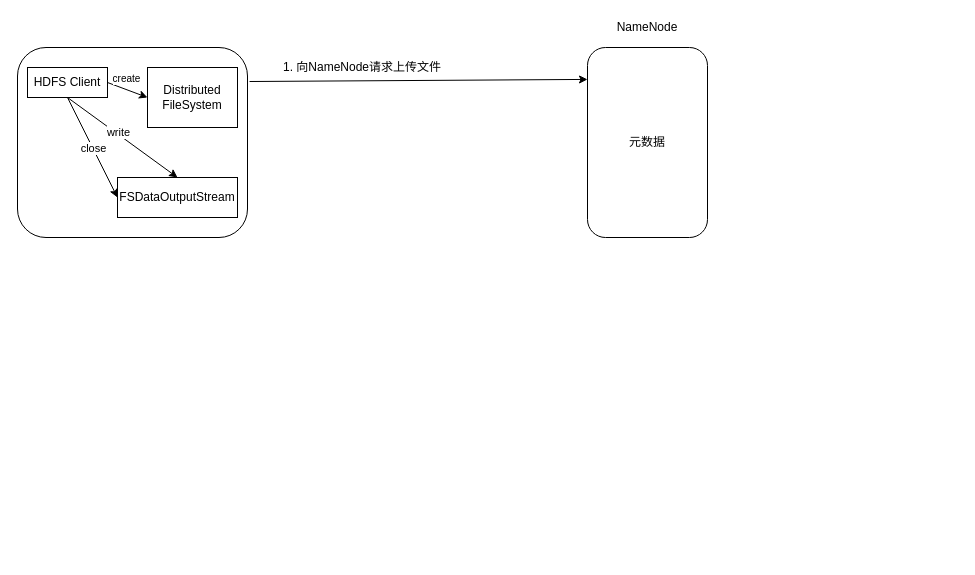
Before: HDFS_write.drawio in zhangyuanyin/bigdata_chars, a draw.io diagram. Source tidied: cells renumbered, new cells numbered last; positions are measured from the earlier drawing's top-left corner, leaving out a move shared by most shapes. Both pictures are drawn from the tidied source at 100%, with x=0, y=0 at pixel (17, 17).
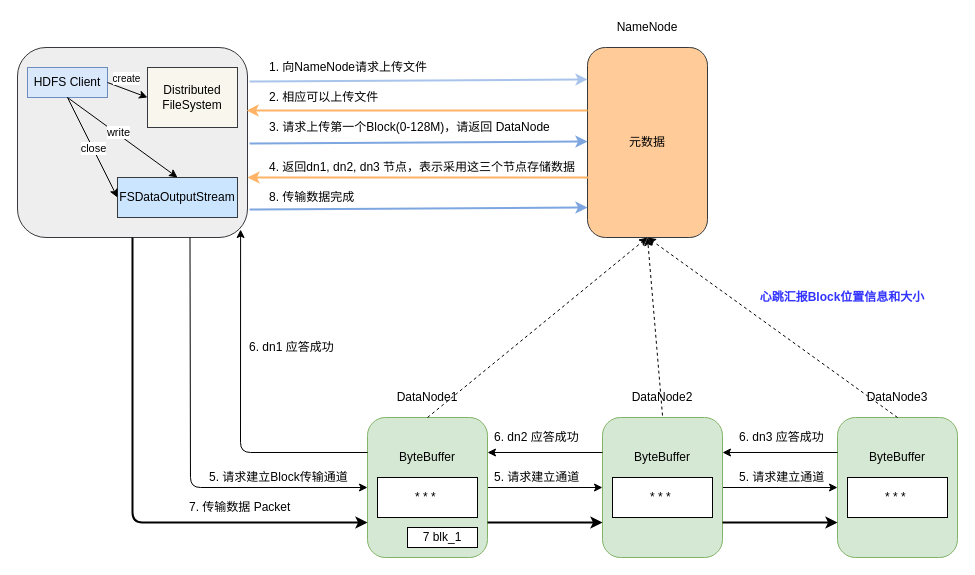
Above is the later version.

What changed in the source:
```diff
@@
-    <mxCell id="2" style="rounded=1;whiteSpace=wrap;html=1;" parent="1" vertex="1">
+    <mxCell id="2" style="rounded=1;whiteSpace=wrap;html=1;fillColor=#eeeeee;strokeColor=#36393d;" parent="1" vertex="1">
       <mxGeometry y="30" width="230" height="190" as="geometry" />
     </mxCell>
-    <mxCell id="3" value="HDFS Client" style="rounded=0;whiteSpace=wrap;html=1;" parent="1" vertex="1">
+    <mxCell id="3" value="HDFS Client" style="rounded=0;whiteSpace=wrap;html=1;fillColor=#dae8fc;strokeColor=#6c8ebf;" parent="1" vertex="1">
       <mxGeometry x="10" y="50" width="80" height="30" as="geometry" />
     </mxCell>
-    <mxCell id="4" value="Distributed FileSystem" style="rounded=0;whiteSpace=wrap;html=1;" parent="1" vertex="1">
+    <mxCell id="4" value="Distributed FileSystem" style="rounded=0;whiteSpace=wrap;html=1;fillColor=#f9f7ed;strokeColor=#36393d;" parent="1" vertex="1">
       <mxGeometry x="130" y="50" width="90" height="60" as="geometry" />
     </mxCell>
-    <mxCell id="5" value="FSDataOutputStream" style="rounded=0;whiteSpace=wrap;html=1;" parent="1" vertex="1">
+    <mxCell id="5" value="FSDataOutputStream" style="rounded=0;whiteSpace=wrap;html=1;fillColor=#cce5ff;strokeColor=#36393d;" parent="1" vertex="1">
       <mxGeometry x="100" y="160" width="120" height="40" as="geometry" />
     </mxCell>
@@
-    <mxCell id="12" value="元数据" style="rounded=1;whiteSpace=wrap;html=1;" parent="1" vertex="1">
+    <mxCell id="12" value="元数据" style="rounded=1;whiteSpace=wrap;html=1;fillColor=#ffcc99;strokeColor=#36393d;" parent="1" vertex="1">
       <mxGeometry x="570" y="30" width="120" height="190" as="geometry" />
     </mxCell>
@@
-    <mxCell id="14" style="endArrow=classic;html=1;exitX=1.009;exitY=0.179;exitDx=0;exitDy=0;exitPerimeter=0;entryX=0;entryY=0.168;entryDx=0;entryDy=0;entryPerimeter=0;" parent="1" edge="1" source="2" target="12">
+    <mxCell id="14" style="endArrow=classic;html=1;exitX=1.009;exitY=0.179;exitDx=0;exitDy=0;exitPerimeter=0;entryX=0;entryY=0.168;entryDx=0;entryDy=0;entryPerimeter=0;strokeColor=#A9C4EB;strokeWidth=2;" parent="1" edge="1" source="2" target="12">
       <mxGeometry relative="1" as="geometry" />
     </mxCell>
-    <mxCell id="15" value="1. 向NameNode请求上传文件" style="text;html=1;strokeColor=none;fillColor=none;align=center;verticalAlign=middle;whiteSpace=wrap;rounded=0;" parent="1" vertex="1">
-      <mxGeometry x="240" y="40" width="210" height="20" as="geometry" />
+    <mxCell id="15" value="1. 向NameNode请求上传文件" style="text;html=1;strokeColor=none;fillColor=none;align=left;verticalAlign=middle;whiteSpace=wrap;rounded=0;" parent="1" vertex="1">
+      <mxGeometry x="250" y="40" width="210" height="20" as="geometry" />
     </mxCell>
+    <mxCell id="16" style="endArrow=classic;html=1;exitX=0;exitY=0.332;exitDx=0;exitDy=0;exitPerimeter=0;entryX=0.996;entryY=0.332;entryDx=0;entryDy=0;entryPerimeter=0;strokeColor=#FFB366;strokeWidth=2;" parent="1" edge="1" source="12" target="2">
+      <mxGeometry relative="1" as="geometry" />
+    </mxCell>
+    <mxCell id="17" value="2. 相应可以上传文件" style="text;html=1;strokeColor=none;fillColor=none;align=left;verticalAlign=middle;whiteSpace=wrap;rounded=0;" parent="1" vertex="1">
+      <mxGeometry x="250" y="70" width="210" height="20" as="geometry" />
+    </mxCell>
+    <mxCell id="18" style="endArrow=classic;html=1;exitX=1.009;exitY=0.179;exitDx=0;exitDy=0;exitPerimeter=0;entryX=0;entryY=0.168;entryDx=0;entryDy=0;entryPerimeter=0;strokeColor=#7EA6E0;strokeWidth=2;" parent="1" edge="1">
+      <mxGeometry relative="1" as="geometry">
+        <mxPoint x="232.1" y="126" as="sourcePoint" />
+        <mxPoint x="570" y="124" as="targetPoint" />
+      </mxGeometry>
+    </mxCell>
+    <mxCell id="19" value="3. 请求上传第一个Block(0-128M)，请返回 DataNode" style="text;html=1;strokeColor=none;fillColor=none;align=left;verticalAlign=middle;whiteSpace=wrap;rounded=0;" parent="1" vertex="1">
+      <mxGeometry x="250" y="100" width="290" height="20" as="geometry" />
+    </mxCell>
+    <mxCell id="20" style="endArrow=classic;html=1;exitX=0;exitY=0.332;exitDx=0;exitDy=0;exitPerimeter=0;entryX=0.996;entryY=0.332;entryDx=0;entryDy=0;entryPerimeter=0;strokeColor=#FFB366;strokeWidth=2;" parent="1" edge="1">
+      <mxGeometry relative="1" as="geometry">
+        <mxPoint x="570.9" y="160" as="sourcePoint" />
+        <mxPoint x="230" y="160" as="targetPoint" />
+      </mxGeometry>
+    </mxCell>
+    <mxCell id="21" value="4. 返回dn1, dn2, dn3 节点，表示采用这三个节点存储数据" style="text;html=1;strokeColor=none;fillColor=none;align=left;verticalAlign=middle;whiteSpace=wrap;rounded=0;" parent="1" vertex="1">
+      <mxGeometry x="250" y="140" width="310" height="20" as="geometry" />
+    </mxCell>
+    <mxCell id="22" style="endArrow=classic;html=1;exitX=1.009;exitY=0.179;exitDx=0;exitDy=0;exitPerimeter=0;entryX=0;entryY=0.168;entryDx=0;entryDy=0;entryPerimeter=0;strokeColor=#7EA6E0;strokeWidth=2;" parent="1" edge="1">
+      <mxGeometry relative="1" as="geometry">
+        <mxPoint x="232.1" y="192.1" as="sourcePoint" />
+        <mxPoint x="570" y="190" as="targetPoint" />
+      </mxGeometry>
+    </mxCell>
+    <mxCell id="23" value="8. 传输数据完成" style="text;html=1;strokeColor=none;fillColor=none;align=left;verticalAlign=middle;whiteSpace=wrap;rounded=0;" parent="1" vertex="1">
+      <mxGeometry x="250" y="170" width="310" height="20" as="geometry" />
+    </mxCell>
+    <mxCell id="24" style="edgeStyle=orthogonalEdgeStyle;rounded=0;jettySize=auto;html=1;entryX=0;entryY=0.5;entryDx=0;entryDy=0;" parent="1" edge="1" source="25" target="30">
+      <mxGeometry relative="1" as="geometry" />
+    </mxCell>
+    <mxCell id="25" style="rounded=1;whiteSpace=wrap;html=1;fillColor=#d5e8d4;strokeColor=#82b366;" parent="1" vertex="1">
+      <mxGeometry x="350" y="400" width="120" height="140" as="geometry" />
+    </mxCell>
+    <mxCell id="26" value="ByteBuffer" style="text;html=1;strokeColor=none;fillColor=none;align=center;verticalAlign=middle;whiteSpace=wrap;rounded=0;" parent="1" vertex="1">
+      <mxGeometry x="390" y="430" width="40" height="20" as="geometry" />
+    </mxCell>
+    <mxCell id="27" value="* * *&amp;nbsp;" style="rounded=0;whiteSpace=wrap;html=1;" parent="1" vertex="1">
+      <mxGeometry x="360" y="460" width="100" height="40" as="geometry" />
+    </mxCell>
+    <mxCell id="28" value="DataNode1" style="text;html=1;strokeColor=none;fillColor=none;align=center;verticalAlign=middle;whiteSpace=wrap;rounded=0;" parent="1" vertex="1">
+      <mxGeometry x="390" y="370" width="40" height="20" as="geometry" />
+    </mxCell>
+    <mxCell id="29" style="edgeStyle=orthogonalEdgeStyle;rounded=0;jettySize=auto;html=1;" parent="1" edge="1" source="30" target="34">
+      <mxGeometry relative="1" as="geometry" />
+    </mxCell>
+    <mxCell id="30" style="rounded=1;whiteSpace=wrap;html=1;fillColor=#d5e8d4;strokeColor=#82b366;" parent="1" vertex="1">
+      <mxGeometry x="585" y="400" width="120" height="140" as="geometry" />
+    </mxCell>
+    <mxCell id="31" value="ByteBuffer" style="text;html=1;strokeColor=none;fillColor=none;align=center;verticalAlign=middle;whiteSpace=wrap;rounded=0;" parent="1" vertex="1">
+      <mxGeometry x="625" y="430" width="40" height="20" as="geometry" />
+    </mxCell>
+    <mxCell id="32" value="* * *&amp;nbsp;" style="rounded=0;whiteSpace=wrap;html=1;" parent="1" vertex="1">
+      <mxGeometry x="595" y="460" width="100" height="40" as="geometry" />
+    </mxCell>
+    <mxCell id="33" value="DataNode2" style="text;html=1;strokeColor=none;fillColor=none;align=center;verticalAlign=middle;whiteSpace=wrap;rounded=0;" parent="1" vertex="1">
+      <mxGeometry x="625" y="370" width="40" height="20" as="geometry" />
+    </mxCell>
+    <mxCell id="34" style="rounded=1;whiteSpace=wrap;html=1;fillColor=#d5e8d4;strokeColor=#82b366;" parent="1" vertex="1">
+      <mxGeometry x="820" y="400" width="120" height="140" as="geometry" />
+    </mxCell>
+    <mxCell id="35" value="ByteBuffer" style="text;html=1;strokeColor=none;fillColor=none;align=center;verticalAlign=middle;whiteSpace=wrap;rounded=0;" parent="1" vertex="1">
+      <mxGeometry x="860" y="430" width="40" height="20" as="geometry" />
+    </mxCell>
+    <mxCell id="36" value="* * *&amp;nbsp;" style="rounded=0;whiteSpace=wrap;html=1;" parent="1" vertex="1">
+      <mxGeometry x="830" y="460" width="100" height="40" as="geometry" />
+    </mxCell>
+    <mxCell id="37" value="DataNode3" style="text;html=1;strokeColor=none;fillColor=none;align=center;verticalAlign=middle;whiteSpace=wrap;rounded=0;" parent="1" vertex="1">
+      <mxGeometry x="860" y="370" width="40" height="20" as="geometry" />
+    </mxCell>
+    <mxCell id="38" style="endArrow=classic;html=1;exitX=0.75;exitY=1;exitDx=0;exitDy=0;entryX=0;entryY=0.5;entryDx=0;entryDy=0;" parent="1" edge="1" source="2" target="25">
+      <mxGeometry relative="1" as="geometry">
+        <Array as="points">
+          <mxPoint x="173" y="470" />
+        </Array>
+      </mxGeometry>
+    </mxCell>
+    <mxCell id="39" value="5. 请求建立Block传输通道" style="text;html=1;strokeColor=none;fillColor=none;align=left;verticalAlign=middle;whiteSpace=wrap;rounded=0;" parent="1" vertex="1">
+      <mxGeometry x="190" y="450" width="150" height="20" as="geometry" />
+    </mxCell>
+    <mxCell id="40" value="5. 请求建立通道" style="text;html=1;strokeColor=none;fillColor=none;align=left;verticalAlign=middle;whiteSpace=wrap;rounded=0;" parent="1" vertex="1">
+      <mxGeometry x="475" y="450" width="95" height="20" as="geometry" />
+    </mxCell>
+    <mxCell id="41" value="5. 请求建立通道" style="text;html=1;strokeColor=none;fillColor=none;align=left;verticalAlign=middle;whiteSpace=wrap;rounded=0;" parent="1" vertex="1">
+      <mxGeometry x="720" y="450" width="95" height="20" as="geometry" />
+    </mxCell>
+    <mxCell id="42" style="endArrow=classic;html=1;exitX=0.5;exitY=1;exitDx=0;exitDy=0;entryX=0;entryY=0.75;entryDx=0;entryDy=0;strokeWidth=2;" parent="1" edge="1" source="2" target="25">
+      <mxGeometry relative="1" as="geometry">
+        <Array as="points">
+          <mxPoint x="115" y="505" />
+        </Array>
+      </mxGeometry>
+    </mxCell>
+    <mxCell id="43" value="7. 传输数据 Packet" style="text;html=1;strokeColor=none;fillColor=none;align=left;verticalAlign=middle;whiteSpace=wrap;rounded=0;" parent="1" vertex="1">
+      <mxGeometry x="170" y="480" width="150" height="20" as="geometry" />
+    </mxCell>
+    <mxCell id="44" style="endArrow=classic;html=1;exitX=1;exitY=0.75;exitDx=0;exitDy=0;entryX=0;entryY=0.75;entryDx=0;entryDy=0;strokeWidth=2;" parent="1" edge="1" source="25" target="30">
+      <mxGeometry relative="1" as="geometry" />
+    </mxCell>
+    <mxCell id="45" style="endArrow=classic;html=1;exitX=1;exitY=0.75;exitDx=0;exitDy=0;entryX=0;entryY=0.75;entryDx=0;entryDy=0;strokeWidth=2;" parent="1" edge="1" source="30" target="34">
+      <mxGeometry relative="1" as="geometry" />
+    </mxCell>
+    <mxCell id="46" style="endArrow=classic;html=1;strokeWidth=1;exitX=0;exitY=0.25;exitDx=0;exitDy=0;entryX=0.97;entryY=0.958;entryDx=0;entryDy=0;entryPerimeter=0;" parent="1" edge="1" source="25" target="2">
+      <mxGeometry relative="1" as="geometry">
+        <Array as="points">
+          <mxPoint x="223" y="435" />
+        </Array>
+      </mxGeometry>
+    </mxCell>
+    <mxCell id="47" value="6. dn1 应答成功" style="text;html=1;strokeColor=none;fillColor=none;align=left;verticalAlign=middle;whiteSpace=wrap;rounded=0;" parent="1" vertex="1">
+      <mxGeometry x="230" y="320" width="100" height="20" as="geometry" />
+    </mxCell>
+    <mxCell id="48" style="endArrow=classic;html=1;strokeWidth=1;exitX=0;exitY=0.25;exitDx=0;exitDy=0;entryX=1;entryY=0.25;entryDx=0;entryDy=0;" parent="1" edge="1" source="30" target="25">
+      <mxGeometry relative="1" as="geometry" />
+    </mxCell>
+    <mxCell id="49" style="endArrow=classic;html=1;strokeWidth=1;exitX=0;exitY=0.25;exitDx=0;exitDy=0;entryX=1;entryY=0.25;entryDx=0;entryDy=0;" parent="1" edge="1" source="34" target="30">
+      <mxGeometry relative="1" as="geometry" />
+    </mxCell>
+    <mxCell id="50" value="6. dn2 应答成功" style="text;html=1;strokeColor=none;fillColor=none;align=left;verticalAlign=middle;whiteSpace=wrap;rounded=0;" parent="1" vertex="1">
+      <mxGeometry x="475" y="410" width="100" height="20" as="geometry" />
+    </mxCell>
+    <mxCell id="51" value="6. dn3 应答成功" style="text;html=1;strokeColor=none;fillColor=none;align=left;verticalAlign=middle;whiteSpace=wrap;rounded=0;" parent="1" vertex="1">
+      <mxGeometry x="720" y="410" width="100" height="20" as="geometry" />
+    </mxCell>
+    <mxCell id="52" value="7 blk_1" style="rounded=0;whiteSpace=wrap;html=1;" parent="1" vertex="1">
+      <mxGeometry x="390" y="510" width="70" height="20" as="geometry" />
+    </mxCell>
+    <mxCell id="53" style="endArrow=classic;html=1;strokeWidth=1;entryX=0.5;entryY=1;entryDx=0;entryDy=0;exitX=0.5;exitY=0;exitDx=0;exitDy=0;dashed=1;" parent="1" edge="1" source="25" target="12">
+      <mxGeometry relative="1" as="geometry" />
+    </mxCell>
+    <mxCell id="54" style="endArrow=classic;html=1;dashed=1;strokeWidth=1;" parent="1" edge="1">
+      <mxGeometry relative="1" as="geometry">
+        <mxPoint x="645" y="398" as="sourcePoint" />
+        <mxPoint x="630" y="220" as="targetPoint" />
+      </mxGeometry>
+    </mxCell>
+    <mxCell id="55" style="endArrow=classic;html=1;dashed=1;strokeWidth=1;exitX=0.5;exitY=0;exitDx=0;exitDy=0;" parent="1" edge="1" source="34">
+      <mxGeometry relative="1" as="geometry">
+        <mxPoint x="630" y="220" as="targetPoint" />
+      </mxGeometry>
+    </mxCell>
+    <mxCell id="56" value="&lt;font color=&quot;#3333ff&quot;&gt;&lt;b&gt;心跳汇报Block位置信息和大小&lt;/b&gt;&lt;/font&gt;" style="text;html=1;strokeColor=none;fillColor=none;align=center;verticalAlign=middle;whiteSpace=wrap;rounded=0;" parent="1" vertex="1">
+      <mxGeometry x="730" y="270" width="190" height="20" as="geometry" />
+    </mxCell>
```
